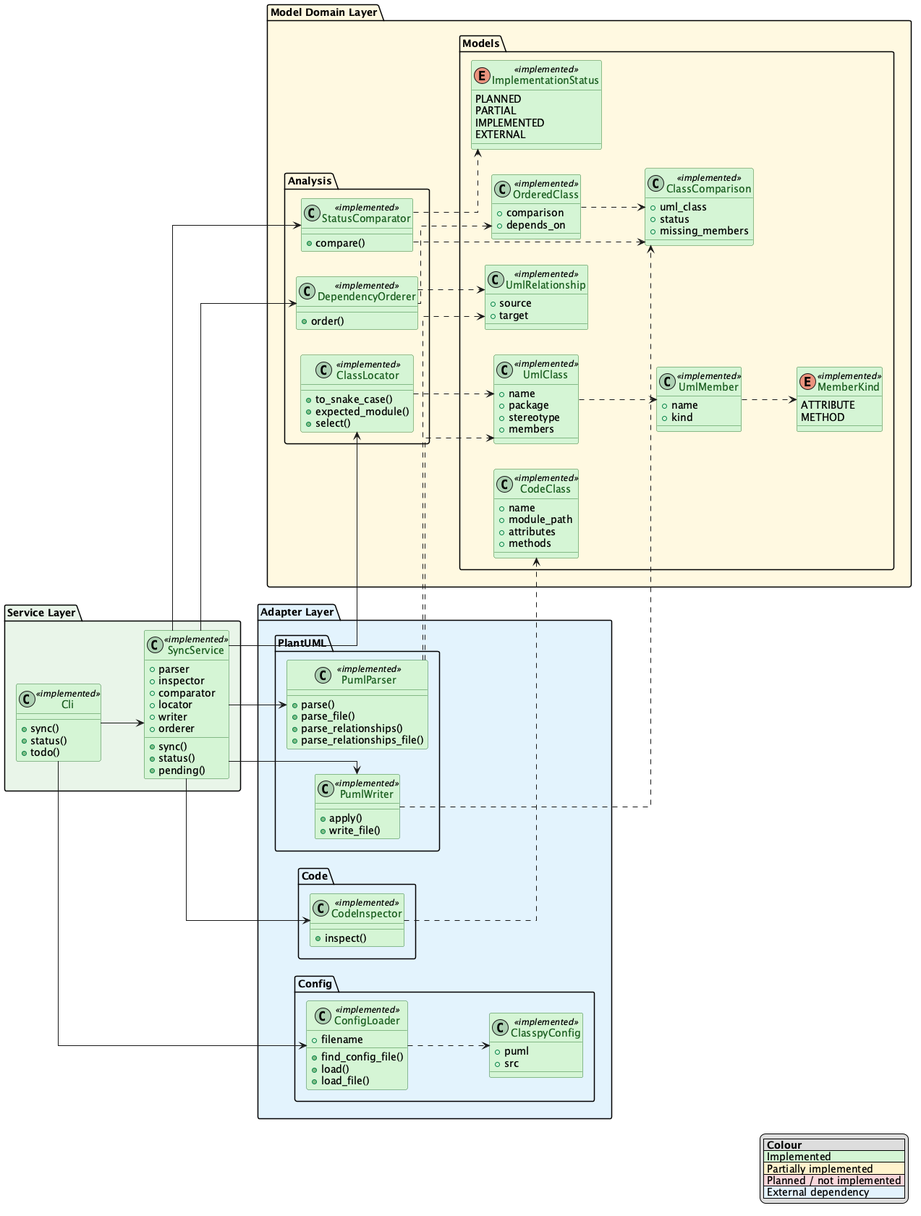
Above: docs/class.png in GuilhermeCosta-Ferreira/ClassyPython (PlantUML), before the change.
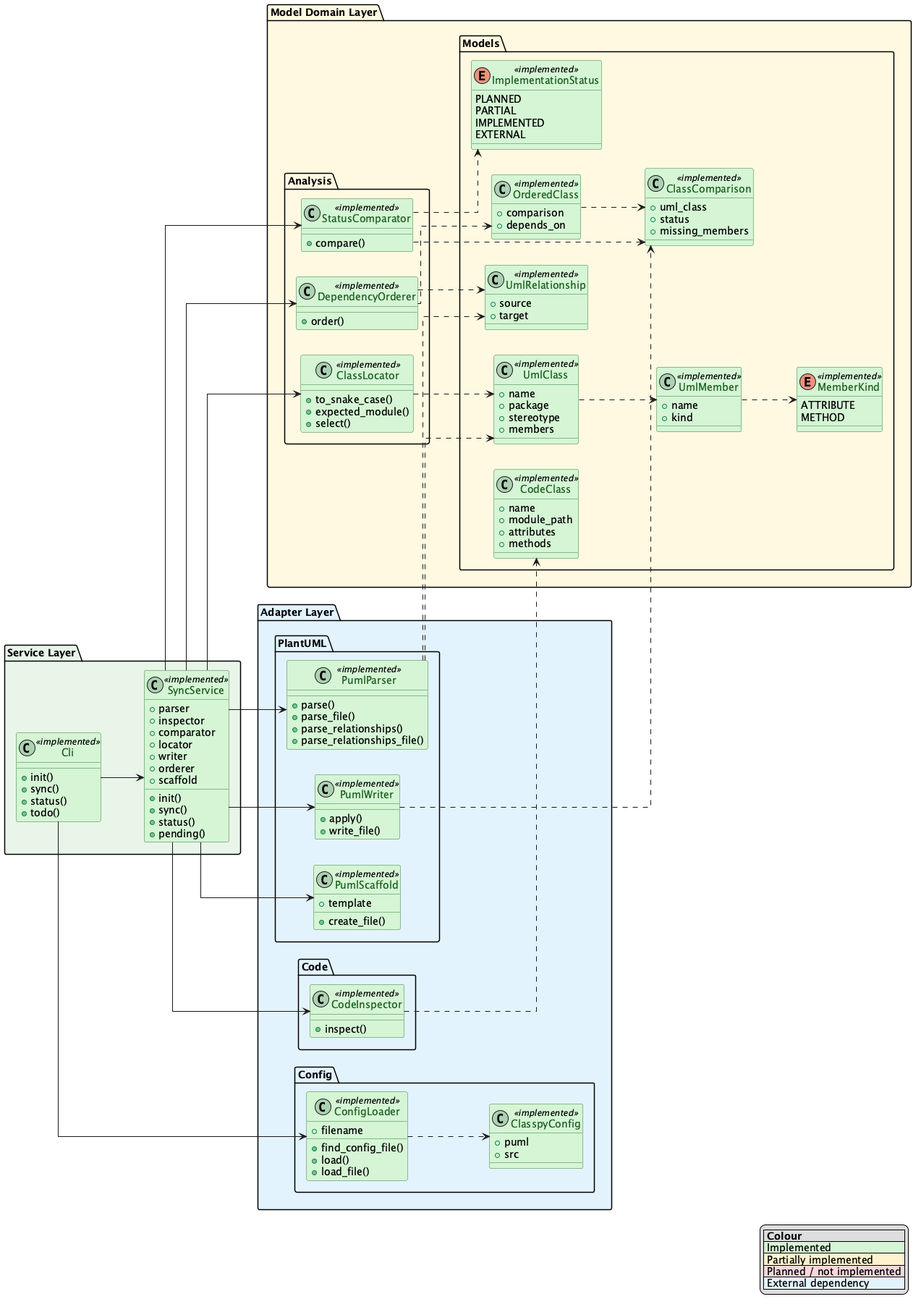
The same diagram one commit later.

Diff of the diagram source:
```diff
@@ -38,6 +38,8 @@
         +locator
         +writer
         +orderer
+        +scaffold
+        +init()
         +sync()
         +status()
         +pending()
@@ -45,6 +47,7 @@
 
 
     class Cli <<implemented>> {
+        +init()
         +sync()
         +status()
         +todo()
@@ -152,6 +155,11 @@
             +write_file()
         }
         PumlWriter ..> ClassComparison
+
+        class PumlScaffold <<implemented>> {
+            +template
+            +create_file()
+        }
     }
 
     package "Code" {
@@ -187,6 +195,7 @@
 SyncService --> ClassLocator
 SyncService --> PumlWriter
 SyncService --> DependencyOrderer
+SyncService --> PumlScaffold
 
 PumlParser ..> UmlRelationship
 
```
